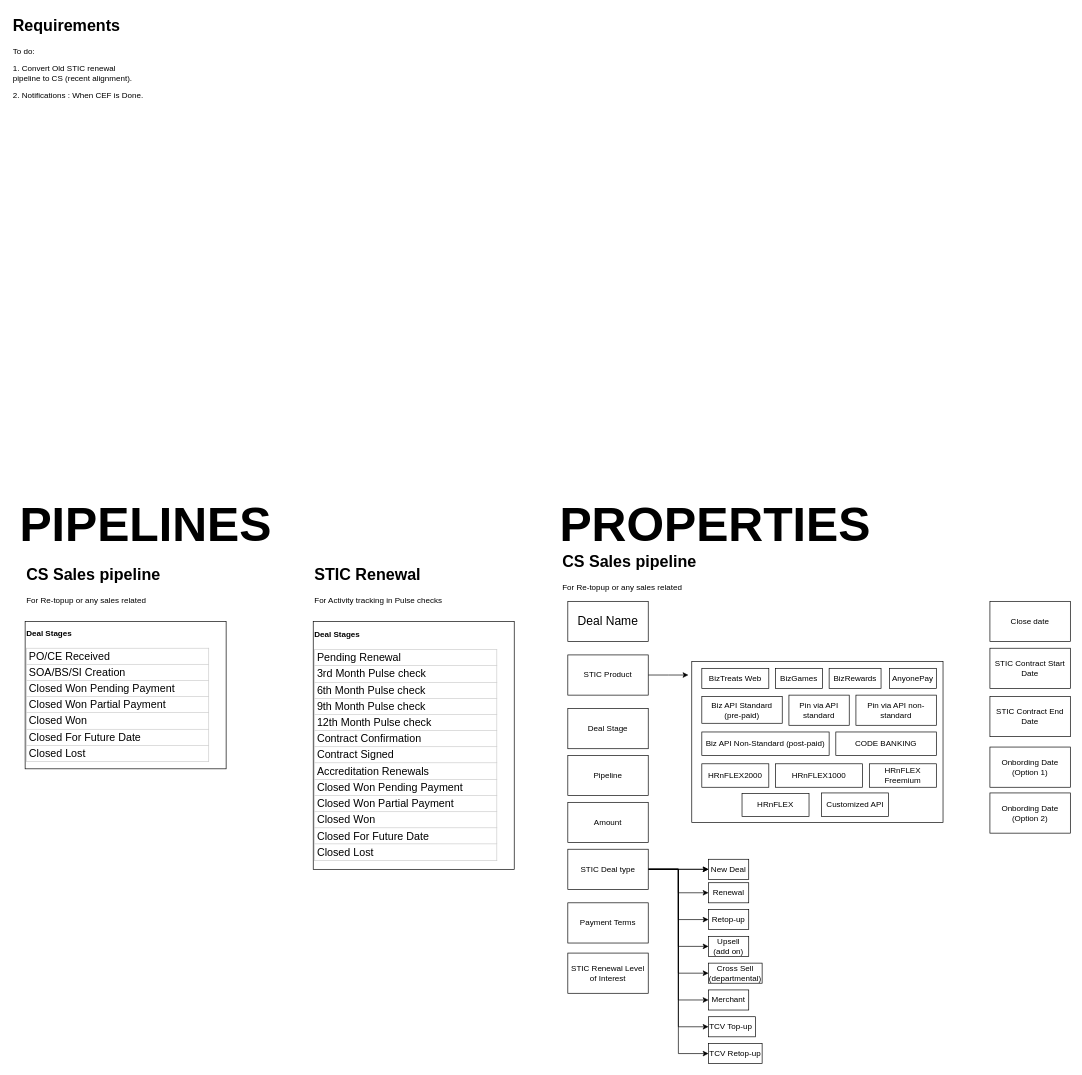
Before: Pipeline Sales.drawio in Alfonsorb123/Hubspot-Designs, a draw.io diagram. Source tidied: cells renumbered, new cells numbered last; positions are measured from the earlier drawing's top-left corner, leaving out a move shared by most shapes. Both pictures are drawn from the tidied source at 67%, with x=0, y=0 at pixel (11, 11).
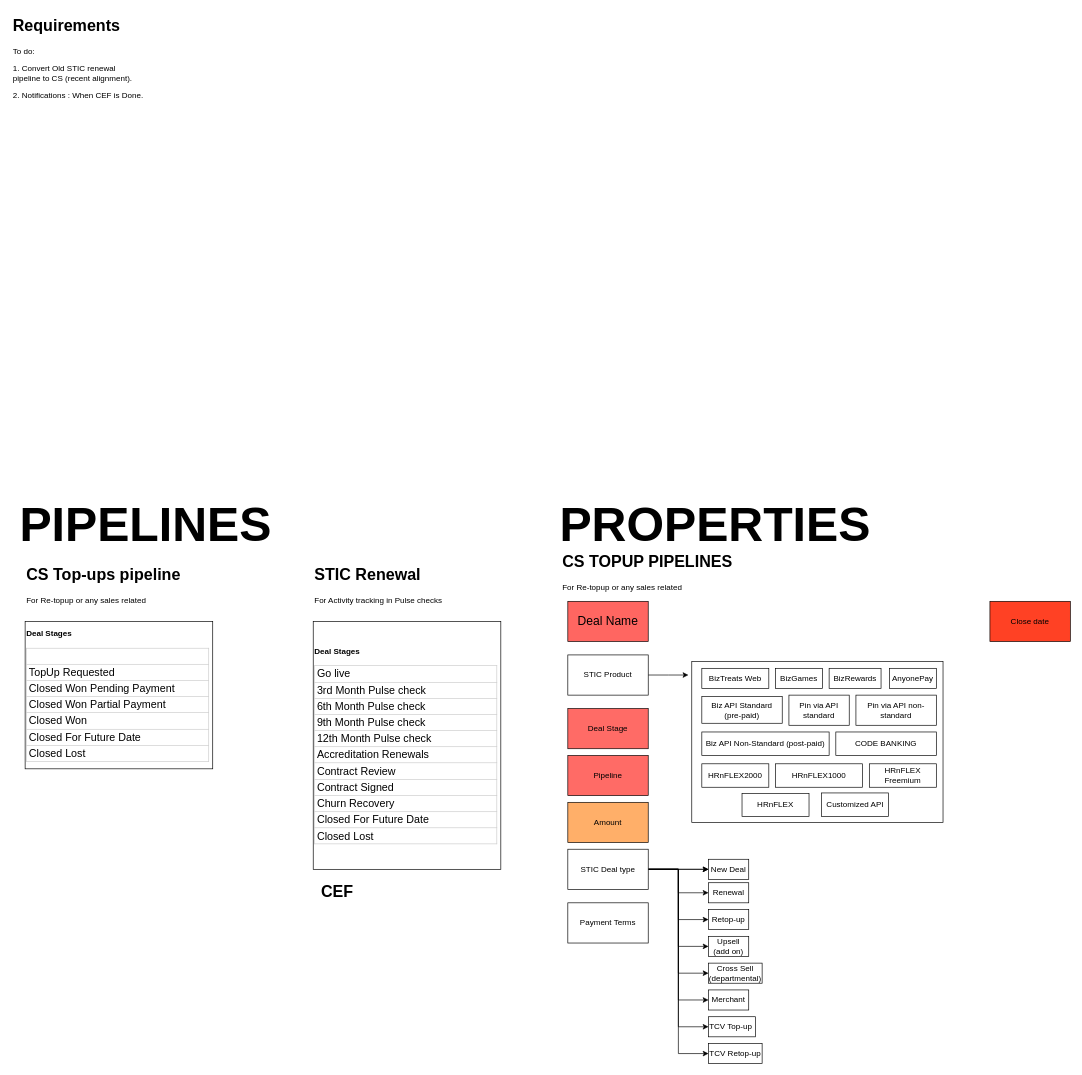
After the change.

Commit message:
revisions two

Change to the diagram source:
```diff
@@
-    <mxCell id="3" value="&lt;div&gt;&lt;b&gt;Deal Stages&lt;/b&gt;&lt;/div&gt;&lt;div&gt;&lt;br&gt;&lt;/div&gt;&lt;table style=&quot;table-layout: fixed; font-size: 10pt; font-family: Arial; width: 0px; border-collapse: collapse; border: none;&quot; border=&quot;1&quot; dir=&quot;ltr&quot; cellpadding=&quot;0&quot; cellspacing=&quot;0&quot; xmlns=&quot;http://www.w3.org/1999/xhtml&quot;&gt;&lt;colgroup&gt;&lt;col width=&quot;272&quot;&gt;&lt;/colgroup&gt;&lt;tbody&gt;&lt;tr style=&quot;height: 21px;&quot;&gt;&lt;td style=&quot;border: 1px solid rgb(204, 204, 204); overflow: hidden; padding: 2px 3px; vertical-align: bottom; font-size: 12pt; overflow-wrap: break-word;&quot;&gt;Pending Renewal&lt;/td&gt;&lt;/tr&gt;&lt;tr style=&quot;height: 21px;&quot;&gt;&lt;td style=&quot;border: 1px solid rgb(204, 204, 204); overflow: hidden; padding: 2px 3px; vertical-align: bottom; font-size: 12pt;&quot;&gt;3rd Month Pulse check&lt;/td&gt;&lt;/tr&gt;&lt;tr style=&quot;height: 21px;&quot;&gt;&lt;td style=&quot;border: 1px solid rgb(204, 204, 204); overflow: hidden; padding: 2px 3px; vertical-align: bottom; font-size: 12pt;&quot;&gt;6th Month Pulse check&lt;/td&gt;&lt;/tr&gt;&lt;tr style=&quot;height: 23px;&quot;&gt;&lt;td style=&quot;border: 1px solid rgb(204, 204, 204); overflow: hidden; padding: 2px 3px; vertical-align: bottom; font-size: 12pt;&quot;&gt;9th Month Pulse check&lt;/td&gt;&lt;/tr&gt;&lt;tr style=&quot;height: 21px;&quot;&gt;&lt;td style=&quot;border: 1px solid rgb(204, 204, 204); overflow: hidden; padding: 2px 3px; vertical-align: bottom; font-size: 12pt;&quot;&gt;12th Month Pulse check&lt;/td&gt;&lt;/tr&gt;&lt;tr style=&quot;height: 21px;&quot;&gt;&lt;td style=&quot;border: 1px solid rgb(204, 204, 204); overflow: hidden; padding: 2px 3px; vertical-align: top; font-size: 12pt;&quot;&gt;Contract Confirmation&lt;/td&gt;&lt;/tr&gt;&lt;tr style=&quot;height: 21px;&quot;&gt;&lt;td style=&quot;border: 1px solid rgb(204, 204, 204); overflow: hidden; padding: 2px 3px; vertical-align: bottom; font-size: 12pt;&quot;&gt;Contract Signed&lt;/td&gt;&lt;/tr&gt;&lt;tr style=&quot;height: 21px;&quot;&gt;&lt;td style=&quot;border: 1px solid rgb(204, 204, 204); overflow: hidden; padding: 2px 3px; vertical-align: bottom; font-size: 12pt;&quot;&gt;Accreditation Renewals&lt;/td&gt;&lt;/tr&gt;&lt;tr style=&quot;height: 21px;&quot;&gt;&lt;td style=&quot;border: 1px solid rgb(204, 204, 204); overflow: hidden; padding: 2px 3px; vertical-align: bottom; font-size: 12pt;&quot;&gt;Closed Won Pending Payment&lt;/td&gt;&lt;/tr&gt;&lt;tr style=&quot;height: 21px;&quot;&gt;&lt;td style=&quot;border: 1px solid rgb(204, 204, 204); overflow: hidden; padding: 2px 3px; vertical-align: bottom; font-size: 12pt; overflow-wrap: break-word;&quot;&gt;Closed Won Partial Payment&lt;/td&gt;&lt;/tr&gt;&lt;tr style=&quot;height: 21px;&quot;&gt;&lt;td style=&quot;border: 1px solid rgb(204, 204, 204); overflow: hidden; padding: 2px 3px; vertical-align: bottom; font-size: 12pt;&quot;&gt;Closed Won&lt;/td&gt;&lt;/tr&gt;&lt;tr style=&quot;height: 21px;&quot;&gt;&lt;td style=&quot;border: 1px solid rgb(204, 204, 204); overflow: hidden; padding: 2px 3px; vertical-align: bottom; font-size: 12pt;&quot;&gt;Closed For Future Date&lt;/td&gt;&lt;/tr&gt;&lt;tr style=&quot;height: 21px;&quot;&gt;&lt;td style=&quot;border: 1px solid rgb(204, 204, 204); overflow: hidden; padding: 2px 3px; vertical-align: bottom; font-size: 12pt;&quot;&gt;Closed Lost&lt;/td&gt;&lt;/tr&gt;&lt;/tbody&gt;&lt;/table&gt;" style="rounded=0;whiteSpace=wrap;html=1;align=left;" parent="1" vertex="1">
-      <mxGeometry x="450" y="910" width="300" height="370" as="geometry" />
+    <mxCell id="3" value="&lt;div&gt;&lt;b&gt;Deal Stages&lt;/b&gt;&lt;/div&gt;&lt;div&gt;&lt;br&gt;&lt;/div&gt;&lt;table style=&quot;table-layout: fixed; font-size: 10pt; font-family: Arial; width: 0px; border-collapse: collapse; border: none;&quot; border=&quot;1&quot; dir=&quot;ltr&quot; cellpadding=&quot;0&quot; cellspacing=&quot;0&quot; xmlns=&quot;http://www.w3.org/1999/xhtml&quot;&gt;&lt;colgroup&gt;&lt;col width=&quot;272&quot;&gt;&lt;/colgroup&gt;&lt;tbody&gt;&lt;tr style=&quot;height: 21px;&quot;&gt;&lt;td style=&quot;border: 1px solid rgb(204, 204, 204); overflow: hidden; padding: 2px 3px; vertical-align: bottom; font-size: 12pt; overflow-wrap: break-word;&quot;&gt;Go live&lt;/td&gt;&lt;/tr&gt;&lt;tr style=&quot;height: 21px;&quot;&gt;&lt;td style=&quot;border: 1px solid rgb(204, 204, 204); overflow: hidden; padding: 2px 3px; vertical-align: bottom; font-size: 12pt;&quot;&gt;3rd Month Pulse check&lt;/td&gt;&lt;/tr&gt;&lt;tr style=&quot;height: 21px;&quot;&gt;&lt;td style=&quot;border: 1px solid rgb(204, 204, 204); overflow: hidden; padding: 2px 3px; vertical-align: bottom; font-size: 12pt;&quot;&gt;6th Month Pulse check&lt;/td&gt;&lt;/tr&gt;&lt;tr style=&quot;height: 23px;&quot;&gt;&lt;td style=&quot;border: 1px solid rgb(204, 204, 204); overflow: hidden; padding: 2px 3px; vertical-align: bottom; font-size: 12pt;&quot;&gt;9th Month Pulse check&lt;/td&gt;&lt;/tr&gt;&lt;tr style=&quot;height: 21px;&quot;&gt;&lt;td style=&quot;border: 1px solid rgb(204, 204, 204); overflow: hidden; padding: 2px 3px; vertical-align: bottom; font-size: 12pt;&quot;&gt;12th Month Pulse check&lt;/td&gt;&lt;/tr&gt;&lt;tr style=&quot;height: 21px;&quot;&gt;&lt;td style=&quot;border: 1px solid rgb(204, 204, 204); overflow: hidden; padding: 2px 3px; vertical-align: top; font-size: 12pt;&quot;&gt;Accreditation Renewals&amp;nbsp;&lt;/td&gt;&lt;/tr&gt;&lt;tr style=&quot;height: 21px;&quot;&gt;&lt;td style=&quot;border: 1px solid rgb(204, 204, 204); overflow: hidden; padding: 2px 3px; vertical-align: bottom; font-size: 12pt;&quot;&gt;Contract Review&amp;nbsp;&lt;br&gt;&lt;/td&gt;&lt;/tr&gt;&lt;tr style=&quot;height: 21px;&quot;&gt;&lt;td style=&quot;border: 1px solid rgb(204, 204, 204); overflow: hidden; padding: 2px 3px; vertical-align: bottom; font-size: 12pt;&quot;&gt;Contract Signed&lt;br&gt;&lt;/td&gt;&lt;/tr&gt;&lt;tr style=&quot;height: 21px;&quot;&gt;&lt;td style=&quot;border: 1px solid rgb(204, 204, 204); overflow: hidden; padding: 2px 3px; vertical-align: bottom; font-size: 12pt;&quot;&gt;Churn Recovery&lt;/td&gt;&lt;/tr&gt;&lt;tr style=&quot;height: 21px;&quot;&gt;&lt;td style=&quot;border: 1px solid rgb(204, 204, 204); overflow: hidden; padding: 2px 3px; vertical-align: bottom; font-size: 12pt;&quot;&gt;Closed For Future Date&lt;/td&gt;&lt;/tr&gt;&lt;tr style=&quot;height: 21px;&quot;&gt;&lt;td style=&quot;border: 1px solid rgb(204, 204, 204); overflow: hidden; padding: 2px 3px; vertical-align: bottom; font-size: 12pt;&quot;&gt;Closed Lost&lt;/td&gt;&lt;/tr&gt;&lt;/tbody&gt;&lt;/table&gt;" style="rounded=0;whiteSpace=wrap;html=1;align=left;" parent="1" vertex="1">
+      <mxGeometry x="450" y="910" width="280" height="370" as="geometry" />
     </mxCell>
-    <mxCell id="4" value="&lt;h1 style=&quot;margin-top: 0px;&quot;&gt;CS Sales pipeline&lt;/h1&gt;&lt;p&gt;For Re-topup or any sales related&amp;nbsp;&lt;/p&gt;" style="text;html=1;whiteSpace=wrap;overflow=hidden;rounded=0;" parent="1" vertex="1">
+    <mxCell id="4" value="&lt;h1 style=&quot;margin-top: 0px;&quot;&gt;CS Top-ups pipeline&lt;/h1&gt;&lt;p&gt;For Re-topup or any sales related&amp;nbsp;&lt;/p&gt;" style="text;html=1;whiteSpace=wrap;overflow=hidden;rounded=0;" parent="1" vertex="1">
       <mxGeometry x="20" y="820" width="250" height="120" as="geometry" />
     </mxCell>
@@
-    <mxCell id="6" value="&lt;div&gt;&lt;b&gt;Deal Stages&lt;/b&gt;&lt;/div&gt;&lt;div&gt;&lt;br&gt;&lt;/div&gt;&lt;table style=&quot;table-layout: fixed; font-size: 10pt; font-family: Arial; width: 0px; border-collapse: collapse; border: none;&quot; border=&quot;1&quot; dir=&quot;ltr&quot; cellpadding=&quot;0&quot; cellspacing=&quot;0&quot; xmlns=&quot;http://www.w3.org/1999/xhtml&quot;&gt;&lt;colgroup&gt;&lt;col width=&quot;272&quot;&gt;&lt;/colgroup&gt;&lt;tbody&gt;&lt;tr style=&quot;height: 21px;&quot;&gt;&lt;td style=&quot;border: 1px solid rgb(204, 204, 204); overflow: hidden; padding: 2px 3px; vertical-align: bottom; font-size: 12pt; overflow-wrap: break-word;&quot;&gt;PO/CE Received&lt;/td&gt;&lt;/tr&gt;&lt;tr style=&quot;height: 21px;&quot;&gt;&lt;td style=&quot;border: 1px solid rgb(204, 204, 204); overflow: hidden; padding: 2px 3px; vertical-align: bottom; font-size: 12pt;&quot;&gt;SOA/BS/SI Creation&lt;/td&gt;&lt;/tr&gt;&lt;tr style=&quot;height: 21px;&quot;&gt;&lt;td style=&quot;border: 1px solid rgb(204, 204, 204); overflow: hidden; padding: 2px 3px; vertical-align: bottom;&quot;&gt;&lt;span style=&quot;font-size: 16px;&quot;&gt;Closed Won Pending Payment&lt;/span&gt;&lt;br&gt;&lt;/td&gt;&lt;/tr&gt;&lt;tr style=&quot;height: 21px;&quot;&gt;&lt;td style=&quot;border: 1px solid rgb(204, 204, 204); overflow: hidden; padding: 2px 3px; vertical-align: bottom; font-size: 12pt; overflow-wrap: break-word;&quot;&gt;Closed Won Partial Payment&lt;/td&gt;&lt;/tr&gt;&lt;tr style=&quot;height: 21px;&quot;&gt;&lt;td style=&quot;border: 1px solid rgb(204, 204, 204); overflow: hidden; padding: 2px 3px; vertical-align: bottom; font-size: 12pt;&quot;&gt;Closed Won&lt;/td&gt;&lt;/tr&gt;&lt;tr style=&quot;height: 21px;&quot;&gt;&lt;td style=&quot;border: 1px solid rgb(204, 204, 204); overflow: hidden; padding: 2px 3px; vertical-align: bottom; font-size: 12pt;&quot;&gt;Closed For Future Date&lt;/td&gt;&lt;/tr&gt;&lt;tr style=&quot;height: 21px;&quot;&gt;&lt;td style=&quot;border: 1px solid rgb(204, 204, 204); overflow: hidden; padding: 2px 3px; vertical-align: bottom; font-size: 12pt;&quot;&gt;Closed Lost&lt;/td&gt;&lt;/tr&gt;&lt;/tbody&gt;&lt;/table&gt;" style="rounded=0;whiteSpace=wrap;html=1;align=left;" parent="1" vertex="1">
-      <mxGeometry x="20" y="910" width="300" height="220" as="geometry" />
+    <mxCell id="6" value="&lt;div&gt;&lt;b&gt;Deal Stages&lt;/b&gt;&lt;/div&gt;&lt;div&gt;&lt;br&gt;&lt;/div&gt;&lt;table style=&quot;table-layout: fixed; font-size: 10pt; font-family: Arial; width: 0px; border-collapse: collapse; border: none;&quot; border=&quot;1&quot; dir=&quot;ltr&quot; cellpadding=&quot;0&quot; cellspacing=&quot;0&quot; xmlns=&quot;http://www.w3.org/1999/xhtml&quot;&gt;&lt;colgroup&gt;&lt;col width=&quot;272&quot;&gt;&lt;/colgroup&gt;&lt;tbody&gt;&lt;tr style=&quot;height: 21px;&quot;&gt;&lt;td style=&quot;border: 1px solid rgb(204, 204, 204); overflow: hidden; padding: 2px 3px; vertical-align: bottom; font-size: 12pt; overflow-wrap: break-word;&quot;&gt;&lt;br&gt;&lt;/td&gt;&lt;/tr&gt;&lt;tr style=&quot;height: 21px;&quot;&gt;&lt;td style=&quot;border: 1px solid rgb(204, 204, 204); overflow: hidden; padding: 2px 3px; vertical-align: bottom; font-size: 12pt;&quot;&gt;TopUp Requested&lt;/td&gt;&lt;/tr&gt;&lt;tr style=&quot;height: 21px;&quot;&gt;&lt;td style=&quot;border: 1px solid rgb(204, 204, 204); overflow: hidden; padding: 2px 3px; vertical-align: bottom;&quot;&gt;&lt;span style=&quot;font-size: 16px;&quot;&gt;Closed Won Pending Payment&lt;/span&gt;&lt;br&gt;&lt;/td&gt;&lt;/tr&gt;&lt;tr style=&quot;height: 21px;&quot;&gt;&lt;td style=&quot;border: 1px solid rgb(204, 204, 204); overflow: hidden; padding: 2px 3px; vertical-align: bottom; font-size: 12pt; overflow-wrap: break-word;&quot;&gt;Closed Won Partial Payment&lt;/td&gt;&lt;/tr&gt;&lt;tr style=&quot;height: 21px;&quot;&gt;&lt;td style=&quot;border: 1px solid rgb(204, 204, 204); overflow: hidden; padding: 2px 3px; vertical-align: bottom; font-size: 12pt;&quot;&gt;Closed Won&lt;/td&gt;&lt;/tr&gt;&lt;tr style=&quot;height: 21px;&quot;&gt;&lt;td style=&quot;border: 1px solid rgb(204, 204, 204); overflow: hidden; padding: 2px 3px; vertical-align: bottom; font-size: 12pt;&quot;&gt;Closed For Future Date&lt;/td&gt;&lt;/tr&gt;&lt;tr style=&quot;height: 21px;&quot;&gt;&lt;td style=&quot;border: 1px solid rgb(204, 204, 204); overflow: hidden; padding: 2px 3px; vertical-align: bottom; font-size: 12pt;&quot;&gt;Closed Lost&lt;br&gt;&lt;/td&gt;&lt;/tr&gt;&lt;/tbody&gt;&lt;/table&gt;" style="rounded=0;whiteSpace=wrap;html=1;align=left;" parent="1" vertex="1">
+      <mxGeometry x="20" y="910" width="280" height="220" as="geometry" />
     </mxCell>
@@
-    <mxCell id="9" value="&lt;font style=&quot;font-size: 18px;&quot;&gt;Deal Name&lt;/font&gt;" style="rounded=0;whiteSpace=wrap;html=1;" parent="1" vertex="1">
+    <mxCell id="9" value="&lt;font style=&quot;font-size: 18px;&quot;&gt;Deal Name&lt;/font&gt;" style="rounded=0;whiteSpace=wrap;html=1;fillColor=#FF6661;" parent="1" vertex="1">
       <mxGeometry x="830" y="880" width="120" height="60" as="geometry" />
     </mxCell>
-    <mxCell id="10" value="&lt;h1 style=&quot;margin-top: 0px;&quot;&gt;CS Sales pipeline&lt;/h1&gt;&lt;p&gt;For Re-topup or any sales related&amp;nbsp;&lt;/p&gt;" style="text;html=1;whiteSpace=wrap;overflow=hidden;rounded=0;" parent="1" vertex="1">
-      <mxGeometry x="820" y="800" width="250" height="80" as="geometry" />
+    <mxCell id="10" value="&lt;h1 style=&quot;margin-top: 0px;&quot;&gt;CS TOPUP PIPELINES&lt;/h1&gt;&lt;p&gt;For Re-topup or any sales related&amp;nbsp;&lt;/p&gt;" style="text;html=1;whiteSpace=wrap;overflow=hidden;rounded=0;" parent="1" vertex="1">
+      <mxGeometry x="820" y="800" width="350" height="80" as="geometry" />
     </mxCell>
-    <mxCell id="11" value="Deal Stage" style="rounded=0;whiteSpace=wrap;html=1;" parent="1" vertex="1">
+    <mxCell id="11" value="Deal Stage" style="rounded=0;whiteSpace=wrap;html=1;fillColor=#FF6B66;" parent="1" vertex="1">
       <mxGeometry x="830" y="1040" width="120" height="60" as="geometry" />
     </mxCell>
-    <mxCell id="12" value="Pipeline" style="rounded=0;whiteSpace=wrap;html=1;" parent="1" vertex="1">
+    <mxCell id="12" value="Pipeline" style="rounded=0;whiteSpace=wrap;html=1;fillColor=#FF6B66;" parent="1" vertex="1">
       <mxGeometry x="830" y="1110" width="120" height="60" as="geometry" />
     </mxCell>
-    <mxCell id="13" value="Amount" style="rounded=0;whiteSpace=wrap;html=1;" parent="1" vertex="1">
+    <mxCell id="13" value="Amount" style="rounded=0;whiteSpace=wrap;html=1;fillColor=#FFAF69;" parent="1" vertex="1">
       <mxGeometry x="830" y="1180" width="120" height="60" as="geometry" />
     </mxCell>
-    <mxCell id="14" value="Close date" style="rounded=0;whiteSpace=wrap;html=1;" parent="1" vertex="1">
+    <mxCell id="14" value="Close date" style="rounded=0;whiteSpace=wrap;html=1;fillColor=#FF4124;" parent="1" vertex="1">
       <mxGeometry x="1460" y="880" width="120" height="60" as="geometry" />
     </mxCell>
@@
-    <mxCell id="27" value="STIC Contract Start Date" style="rounded=0;whiteSpace=wrap;html=1;" parent="1" vertex="1">
-      <mxGeometry x="1460" y="950" width="120" height="60" as="geometry" />
-    </mxCell>
-    <mxCell id="28" value="STIC Contract End Date" style="rounded=0;whiteSpace=wrap;html=1;" parent="1" vertex="1">
-      <mxGeometry x="1460" y="1022" width="120" height="60" as="geometry" />
-    </mxCell>
-    <mxCell id="29" value="Onbording Date (Option 1)" style="rounded=0;whiteSpace=wrap;html=1;" parent="1" vertex="1">
-      <mxGeometry x="1460" y="1097.5" width="120" height="60" as="geometry" />
-    </mxCell>
-    <mxCell id="30" value="Onbording Date (Option 2)" style="rounded=0;whiteSpace=wrap;html=1;" parent="1" vertex="1">
-      <mxGeometry x="1460" y="1166" width="120" height="60" as="geometry" />
-    </mxCell>
@@
-    <mxCell id="32" value="STIC Renewal Level of Interest" style="rounded=0;whiteSpace=wrap;html=1;" parent="1" vertex="1">
-      <mxGeometry x="830" y="1405" width="120" height="60" as="geometry" />
-    </mxCell>
@@
+    <mxCell id="56" value="&lt;h1 style=&quot;margin-top: 0px;&quot;&gt;CEF&lt;/h1&gt;&lt;div&gt;&lt;br&gt;&lt;/div&gt;" style="text;html=1;whiteSpace=wrap;overflow=hidden;rounded=0;" parent="1" vertex="1">
+      <mxGeometry x="460" y="1292.5" width="180" height="45" as="geometry" />
+    </mxCell>
```
